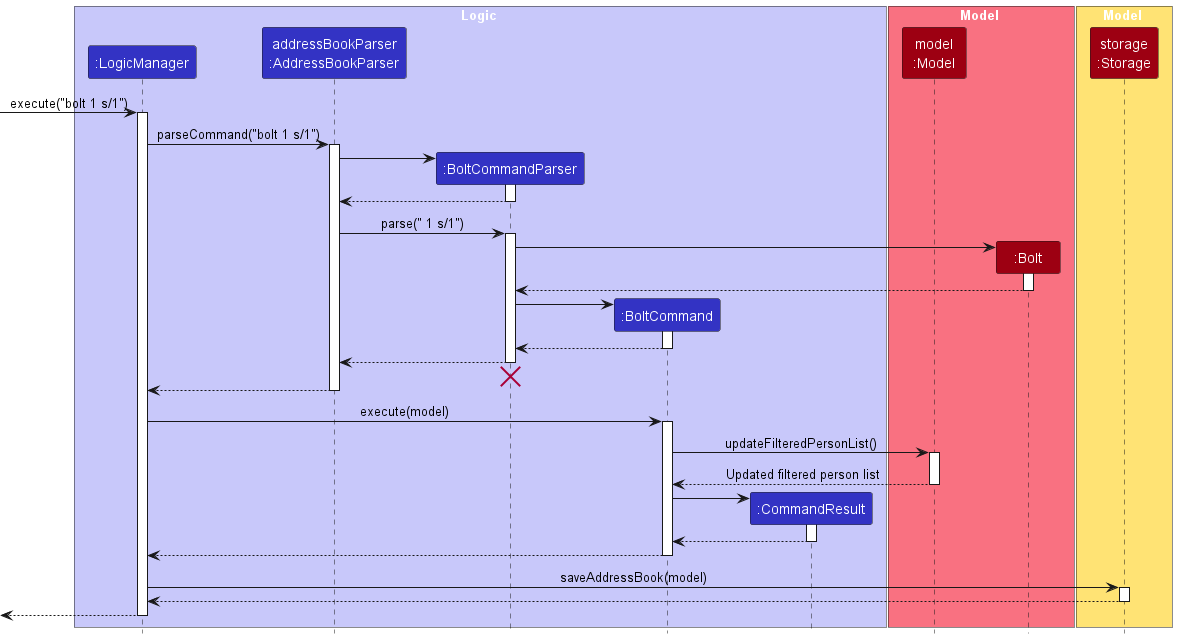
This is docs/images/BoltCommandSequenceDiagram.png from c-wenlong/tp, a PlantUML export, as it was before one commit.
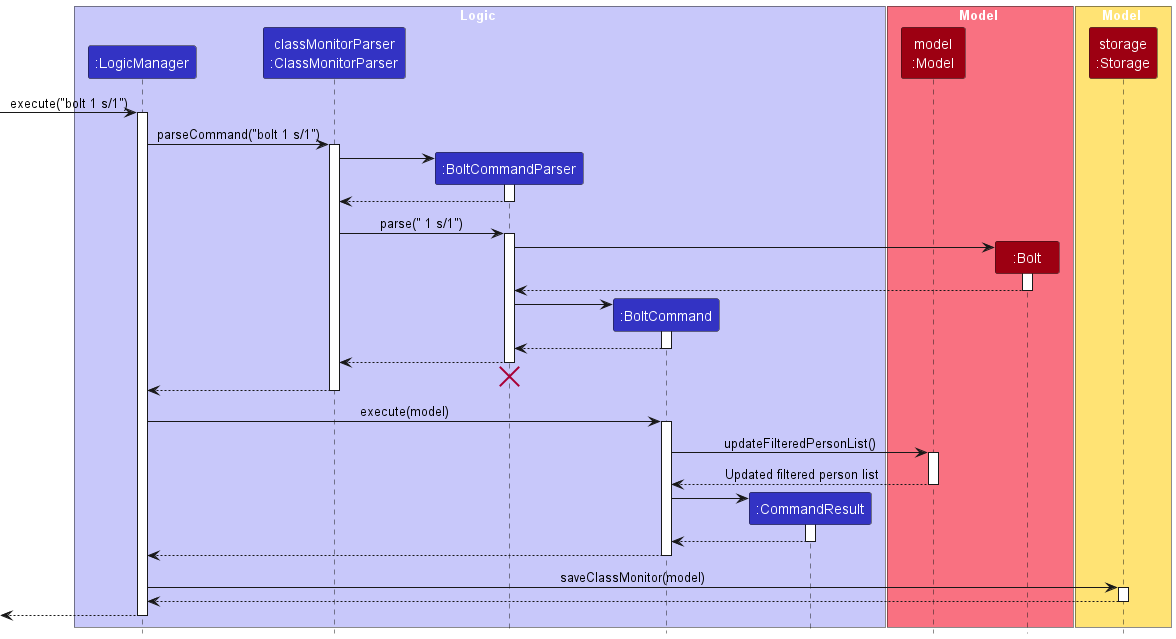
The same diagram one commit later.

What changed in the source:
```diff
@@ -4,7 +4,8 @@
 
 box Logic LOGIC_COLOR_T1
 participant ":LogicManager" as LogicManager LOGIC_COLOR
-participant "addressBookParser\n:AddressBookParser" as AddressBookParser LOGIC_COLOR
+
+participant "classMonitorParser\n:ClassMonitorParser" as ClassMonitorParser LOGIC_COLOR
 participant ":BoltCommandParser" as BoltCommandParser LOGIC_COLOR
 participant ":BoltCommand" as BoltCommand LOGIC_COLOR
 participant ":CommandResult" as CommandResult LOGIC_COLOR
@@ -22,17 +23,17 @@
 [-> LogicManager : execute("bolt 1 s/1")
 activate LogicManager
 
-LogicManager -> AddressBookParser : parseCommand("bolt 1 s/1")
-activate AddressBookParser
+LogicManager -> ClassMonitorParser : parseCommand("bolt 1 s/1")
+activate ClassMonitorParser
 
 create BoltCommandParser
-AddressBookParser -> BoltCommandParser
+ClassMonitorParser -> BoltCommandParser
 activate BoltCommandParser
 
-BoltCommandParser --> AddressBookParser
+BoltCommandParser --> ClassMonitorParser
 deactivate BoltCommandParser
 
-AddressBookParser -> BoltCommandParser : parse(" 1 s/1")
+ClassMonitorParser -> BoltCommandParser : parse(" 1 s/1")
 activate BoltCommandParser
 
 create Bolt
@@ -49,14 +50,14 @@
 BoltCommand --> BoltCommandParser :
 deactivate BoltCommand
 
-BoltCommandParser --> AddressBookParser :
+BoltCommandParser --> ClassMonitorParser :
 deactivate BoltCommandParser
-BoltCommandParser -[hidden]-> AddressBookParser
+BoltCommandParser -[hidden]-> ClassMonitorParser
 destroy BoltCommandParser
 deactivate BoltCommandParser
 
-AddressBookParser --> LogicManager :
-deactivate AddressBookParser
+ClassMonitorParser --> LogicManager :
+deactivate ClassMonitorParser
 
 LogicManager -> BoltCommand : execute(model)
 activate BoltCommand
@@ -77,7 +78,7 @@
 BoltCommand --> LogicManager :
 deactivate BoltCommand
 
-LogicManager -> Storage : saveAddressBook(model)
+LogicManager -> Storage : saveClassMonitor(model)
 activate Storage
 
 Storage --> LogicManager
```
